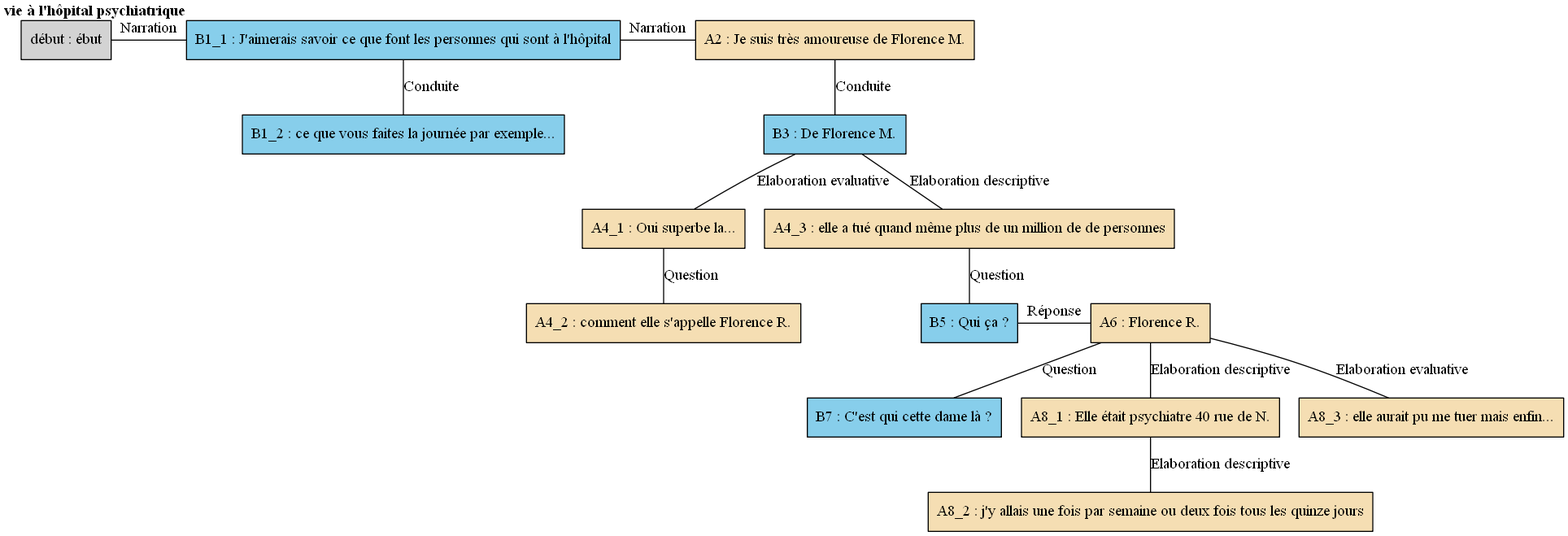
The Graphviz diagram arbres/Florence/Florence_-_C04.gv.png in AlaixComet/AnnotationSlamPTut, before a commit. Its source is kept beside it as arbres/Florence/Florence_-_C04.gv.
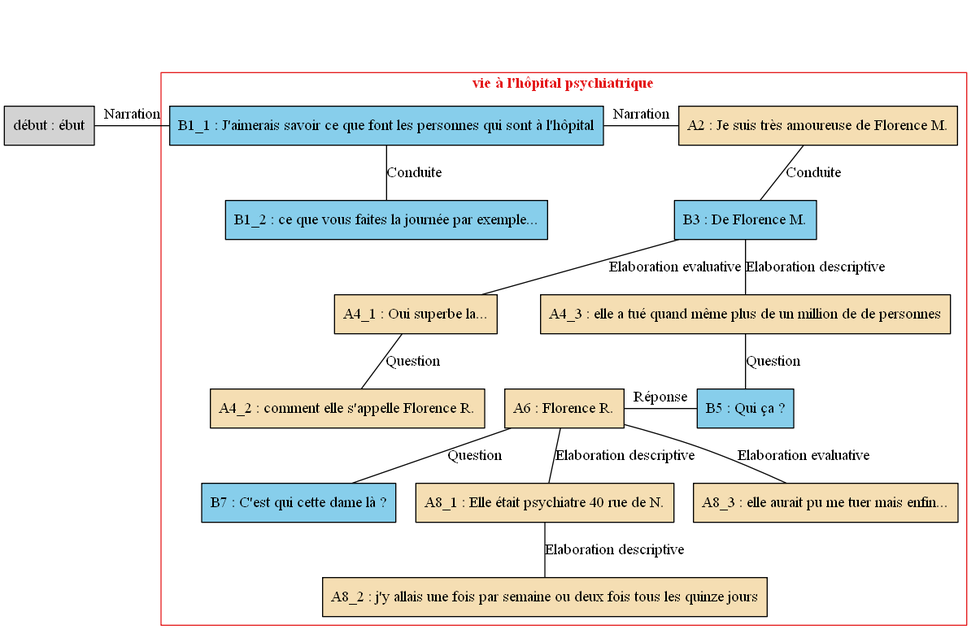
Above is the later version.

Diff of the diagram source:
```diff
@@ -1,45 +1,55 @@
 digraph C04 {
 	node [shape=box style=filled]
-	"début" [label="début : ébut" xlabel=""]
-	B1_1 [label="B1_1 : J'aimerais savoir ce que font les personnes qui sont à l'hôpital" fillcolor=skyblue xlabel=<<B>vie à l'hôpital psychiatrique</B>>]
-	B1_2 [label="B1_2 : ce que vous faites la journée par exemple..." fillcolor=skyblue xlabel=""]
-	A2 [label="A2 : Je suis très amoureuse de Florence M." fillcolor=wheat xlabel=""]
-	B3 [label="B3 : De Florence M." fillcolor=skyblue xlabel=""]
-	A4_1 [label="A4_1 : Oui superbe la..." fillcolor=wheat xlabel=""]
-	A4_2 [label="A4_2 : comment elle s'appelle Florence R." fillcolor=wheat xlabel=""]
-	A4_3 [label="A4_3 : elle a tué quand même plus de un million de de personnes" fillcolor=wheat xlabel=""]
-	B5 [label="B5 : Qui ça ?" fillcolor=skyblue xlabel=""]
-	A6 [label="A6 : Florence R." fillcolor=wheat xlabel=""]
-	B7 [label="B7 : C'est qui cette dame là ?" fillcolor=skyblue xlabel=""]
-	A8_1 [label="A8_1 : Elle était psychiatre 40 rue de N." fillcolor=wheat xlabel=""]
-	A8_2 [label="A8_2 : j'y allais une fois par semaine ou deux fois tous les quinze jours" fillcolor=wheat xlabel=""]
-	A8_3 [label="A8_3 : elle aurait pu me tuer mais enfin..." fillcolor=wheat xlabel=""]
-	{
-		rank=same
-		"début"
+	newrank=true
+	zero [style=invis]
+	"début" [label="début : ébut"]
+	B1_1 [label="B1_1 : J'aimerais savoir ce que font les personnes qui sont à l'hôpital" fillcolor=skyblue]
+	B1_2 [label="B1_2 : ce que vous faites la journée par exemple..." fillcolor=skyblue]
+	A2 [label="A2 : Je suis très amoureuse de Florence M." fillcolor=wheat]
+	B3 [label="B3 : De Florence M." fillcolor=skyblue]
+	A4_1 [label="A4_1 : Oui superbe la..." fillcolor=wheat]
+	A4_2 [label="A4_2 : comment elle s'appelle Florence R." fillcolor=wheat]
+	A4_3 [label="A4_3 : elle a tué quand même plus de un million de de personnes" fillcolor=wheat]
+	B5 [label="B5 : Qui ça ?" fillcolor=skyblue]
+	A6 [label="A6 : Florence R." fillcolor=wheat]
+	B7 [label="B7 : C'est qui cette dame là ?" fillcolor=skyblue]
+	A8_1 [label="A8_1 : Elle était psychiatre 40 rue de N." fillcolor=wheat]
+	A8_2 [label="A8_2 : j'y allais une fois par semaine ou deux fois tous les quinze jours" fillcolor=wheat]
+	A8_3 [label="A8_3 : elle aurait pu me tuer mais enfin..." fillcolor=wheat]
+	zero -> "début" [label="" style=invis]
+	zero -> B1_1 [style=invis weight=1]
+	"début" -> B1_1 [label=Narration constraint=false dir=none]
+	B1_1 -> B1_2 [label=Conduite dir=none weight=2]
+	zero -> A2 [style=invis weight=1]
+	B1_1 -> A2 [label=Narration constraint=false dir=none]
+	A2 -> B3 [label=Conduite dir=none weight=2]
+	B3 -> A4_1 [label="Elaboration evaluative" dir=none weight=2]
+	A4_1 -> A4_2 [label=Question dir=none weight=2]
+	B3 -> A4_3 [label="Elaboration descriptive" dir=none weight=2]
+	A4_3 -> B5 [label=Question dir=none weight=2]
+	A4_3 -> A6 [style=invis weight=1]
+	B5 -> A6 [label="Réponse" constraint=false dir=none]
+	A6 -> B7 [label=Question dir=none weight=2]
+	A6 -> A8_1 [label="Elaboration descriptive" dir=none weight=2]
+	A8_1 -> A8_2 [label="Elaboration descriptive" dir=none weight=2]
+	A6 -> A8_3 [label="Elaboration evaluative" dir=none weight=2]
+	subgraph cluster_1 {
+		label=<<B>vie à l'hôpital psychiatrique</B>>
+		colorscheme=set19
+		color=1
+		fontcolor=1
 		B1_1
-		"début" -> B1_1 [label=Narration dir=none]
-	}
-	B1_1 -> B1_2 [label=Conduite dir=none]
-	{
-		rank=same
-		B1_1
+		B1_2
 		A2
-		B1_1 -> A2 [label=Narration dir=none]
-	}
-	A2 -> B3 [label=Conduite dir=none]
-	B3 -> A4_1 [label="Elaboration evaluative" dir=none]
-	A4_1 -> A4_2 [label=Question dir=none]
-	B3 -> A4_3 [label="Elaboration descriptive" dir=none]
-	A4_3 -> B5 [label=Question dir=none]
-	{
-		rank=same
+		B3
+		A4_1
+		A4_2
+		A4_3
 		B5
 		A6
-		B5 -> A6 [label="Réponse" dir=none]
+		B7
+		A8_1
+		A8_2
+		A8_3
 	}
-	A6 -> B7 [label=Question dir=none]
-	A6 -> A8_1 [label="Elaboration descriptive" dir=none]
-	A8_1 -> A8_2 [label="Elaboration descriptive" dir=none]
-	A6 -> A8_3 [label="Elaboration evaluative" dir=none]
 }
```
